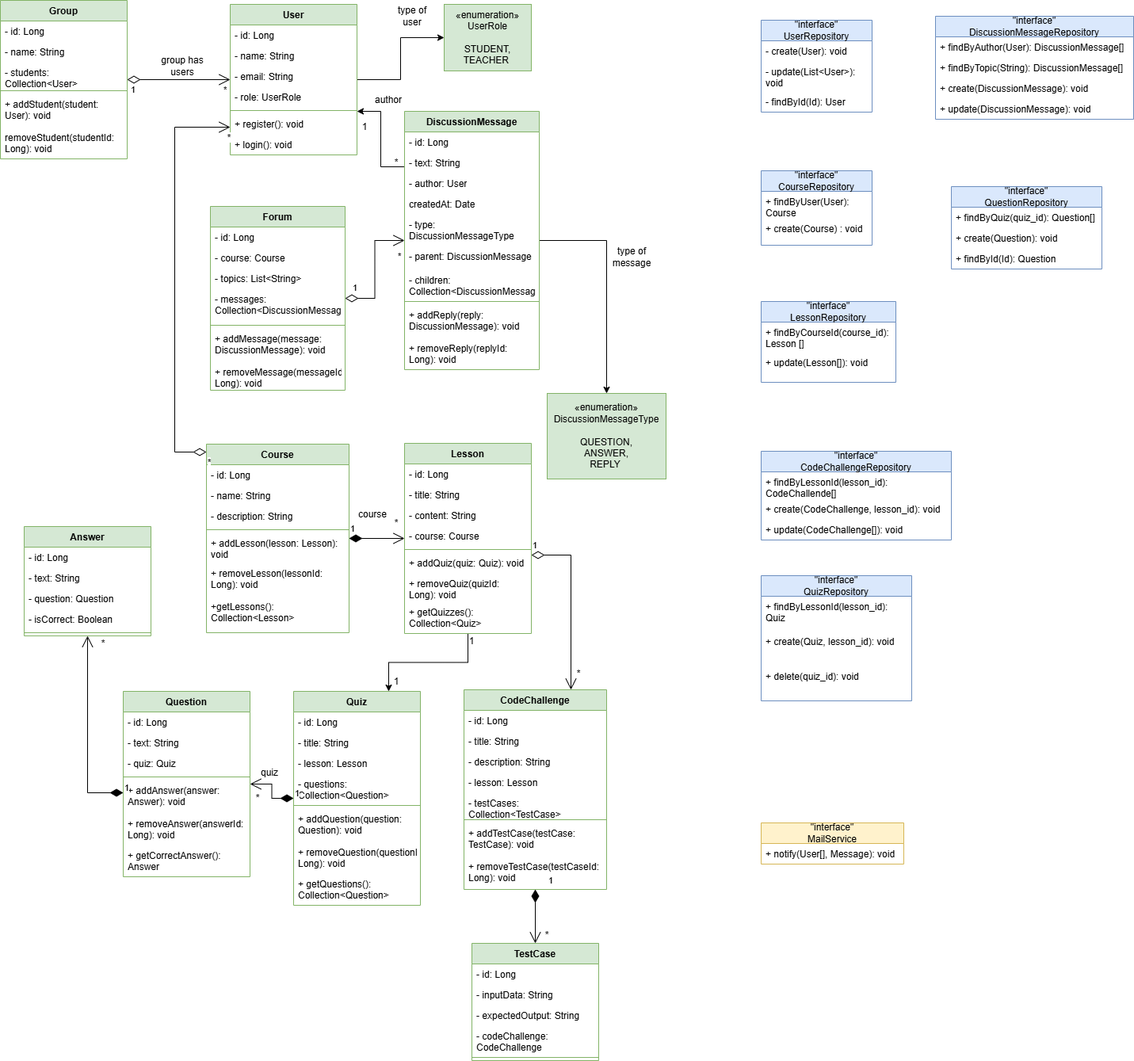
Above: akademia_diagram.png in NikolajHon/Academy_Backend (draw.io), before the change. Source tidied: cells renumbered, new cells last; positions are measured from the earlier drawing's top-left corner, leaving out a move shared by most shapes.
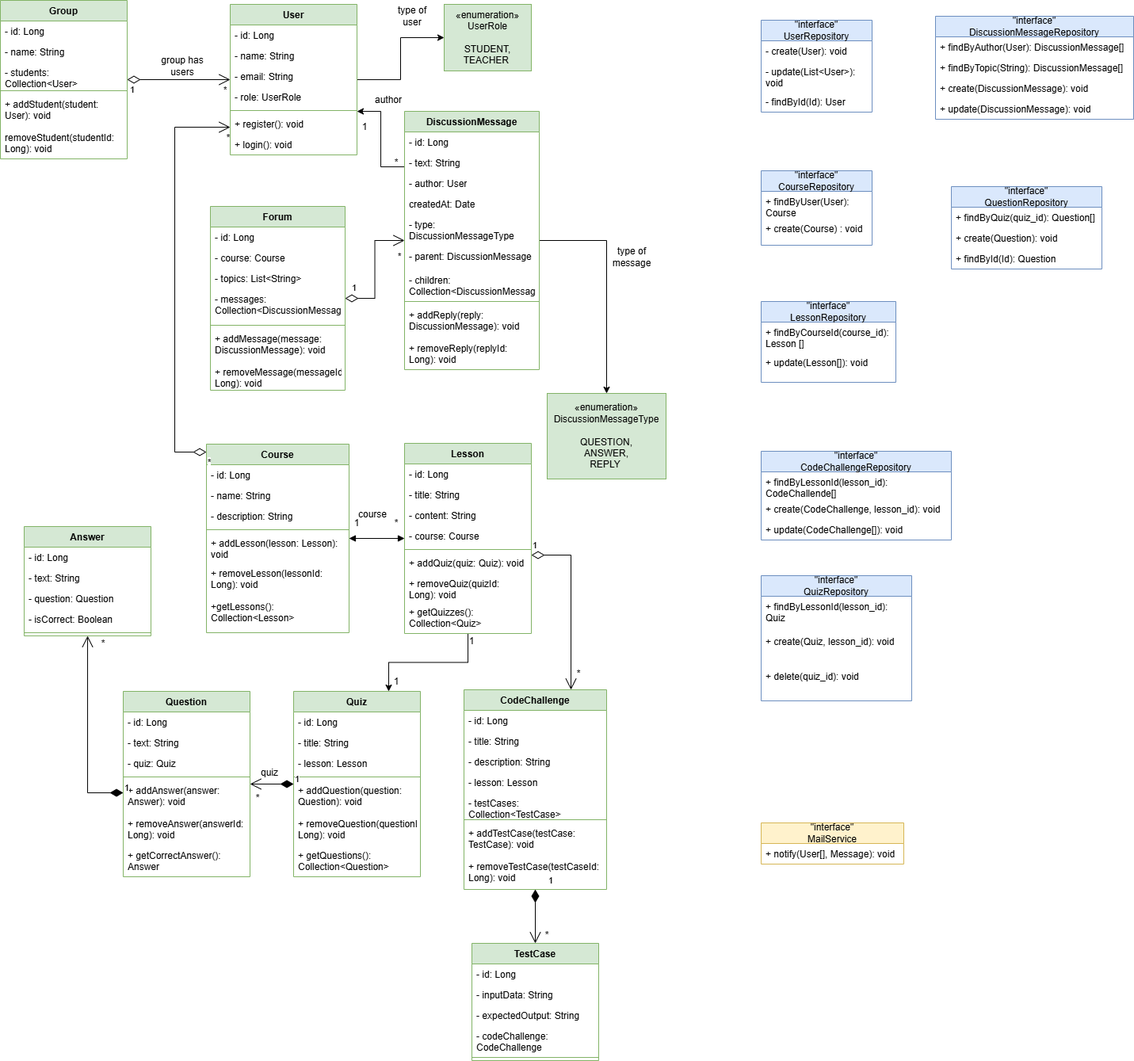
After the commit.

Commit message:
fixed the links in the diagram

Change to the diagram source:
```diff
@@ -57,7 +57,7 @@
       <mxGeometry y="200" width="160" height="40" as="geometry" />
     </mxCell>
     <mxCell id="20" value="Quiz " style="swimlane;fontStyle=1;align=center;verticalAlign=top;horizontal=1;startSize=26;whiteSpace=wrap;html=1;fillColor=#d5e8d4;strokeColor=#82b366;" parent="1" vertex="1">
-      <mxGeometry x="370" y="872" width="160" height="270" as="geometry" />
+      <mxGeometry x="370" y="872" width="160" height="234" as="geometry" />
     </mxCell>
     <mxCell id="21" value="-&amp;nbsp;id: Long" style="text;strokeColor=none;fillColor=none;align=left;verticalAlign=top;spacingLeft=4;spacingRight=4;overflow=hidden;whiteSpace=wrap;html=1;" parent="20" vertex="1">
       <mxGeometry y="26" width="160" height="26" as="geometry" />
@@ -68,20 +68,17 @@
     <mxCell id="23" value="-&amp;nbsp;lesson: Lesson" style="text;strokeColor=none;fillColor=none;align=left;verticalAlign=top;spacingLeft=4;spacingRight=4;overflow=hidden;whiteSpace=wrap;html=1;" parent="20" vertex="1">
       <mxGeometry y="78" width="160" height="26" as="geometry" />
     </mxCell>
-    <mxCell id="24" value="-&amp;nbsp;questions: Collection&amp;lt;Question&amp;gt;" style="text;strokeColor=none;fillColor=none;align=left;verticalAlign=top;spacingLeft=4;spacingRight=4;overflow=hidden;whiteSpace=wrap;html=1;" parent="20" vertex="1">
-      <mxGeometry y="104" width="160" height="36" as="geometry" />
-    </mxCell>
     <mxCell id="25" style="line;strokeWidth=1;fillColor=none;align=left;verticalAlign=middle;spacingTop=-1;spacingLeft=3;spacingRight=3;labelPosition=right;strokeColor=inherit;" parent="20" vertex="1">
-      <mxGeometry y="140" width="160" height="8" as="geometry" />
+      <mxGeometry y="104" width="160" height="8" as="geometry" />
     </mxCell>
     <mxCell id="26" value="+&amp;nbsp;addQuestion(question: Question): void" style="text;strokeColor=none;fillColor=none;align=left;verticalAlign=top;spacingLeft=4;spacingRight=4;overflow=hidden;whiteSpace=wrap;html=1;" parent="20" vertex="1">
-      <mxGeometry y="148" width="160" height="42" as="geometry" />
+      <mxGeometry y="112" width="160" height="42" as="geometry" />
     </mxCell>
     <mxCell id="27" value="+&amp;nbsp;removeQuestion(questionId: Long): void" style="text;strokeColor=none;fillColor=none;align=left;verticalAlign=top;spacingLeft=4;spacingRight=4;overflow=hidden;whiteSpace=wrap;html=1;" parent="20" vertex="1">
-      <mxGeometry y="190" width="160" height="40" as="geometry" />
+      <mxGeometry y="154" width="160" height="40" as="geometry" />
     </mxCell>
     <mxCell id="28" value="+&amp;nbsp;getQuestions(): Collection&amp;lt;Question&amp;gt;" style="text;strokeColor=none;fillColor=none;align=left;verticalAlign=top;spacingLeft=4;spacingRight=4;overflow=hidden;whiteSpace=wrap;html=1;" parent="20" vertex="1">
-      <mxGeometry y="230" width="160" height="40" as="geometry" />
+      <mxGeometry y="194" width="160" height="40" as="geometry" />
     </mxCell>
     <mxCell id="29" value="Question " style="swimlane;fontStyle=1;align=center;verticalAlign=top;horizontal=1;startSize=26;whiteSpace=wrap;html=1;fillColor=#d5e8d4;strokeColor=#82b366;" parent="1" vertex="1">
       <mxGeometry x="155" y="872" width="160" height="234" as="geometry" />
@@ -330,9 +327,6 @@
         <mxPoint x="-60" y="47" as="offset" />
       </mxGeometry>
     </mxCell>
-    <mxCell id="107" value="1" style="endArrow=open;html=1;endSize=12;startArrow=diamondThin;startSize=14;startFill=1;edgeStyle=orthogonalEdgeStyle;align=left;verticalAlign=bottom;rounded=0;" parent="1" edge="1" source="2" target="11">
-      <mxGeometry x="-1" y="3" relative="1" as="geometry" />
-    </mxCell>
     <mxCell id="108" value="1" style="endArrow=open;html=1;endSize=12;startArrow=diamondThin;startSize=14;startFill=1;edgeStyle=orthogonalEdgeStyle;align=left;verticalAlign=bottom;rounded=0;" parent="1" edge="1" source="29" target="37">
       <mxGeometry x="-1" y="3" relative="1" as="geometry">
         <Array as="points">
@@ -489,5 +483,11 @@
     <mxCell id="154" value="group has users" style="text;strokeColor=none;align=center;fillColor=none;html=1;verticalAlign=middle;whiteSpace=wrap;rounded=0;" parent="1" vertex="1">
       <mxGeometry x="200" y="68" width="60" height="30" as="geometry" />
     </mxCell>
+    <mxCell id="155" style="endArrow=block;startArrow=block;endFill=1;startFill=1;html=1;rounded=0;" parent="1" edge="1" source="2" target="11">
+      <mxGeometry relative="1" as="geometry" />
+    </mxCell>
+    <mxCell id="107" value="1" style="text;strokeColor=none;align=center;fillColor=none;html=1;verticalAlign=middle;whiteSpace=wrap;rounded=0;" parent="1" vertex="1">
+      <mxGeometry x="440" y="650" width="20" height="20" as="geometry" />
+    </mxCell>
   </root>
 </mxGraphModel>
```
